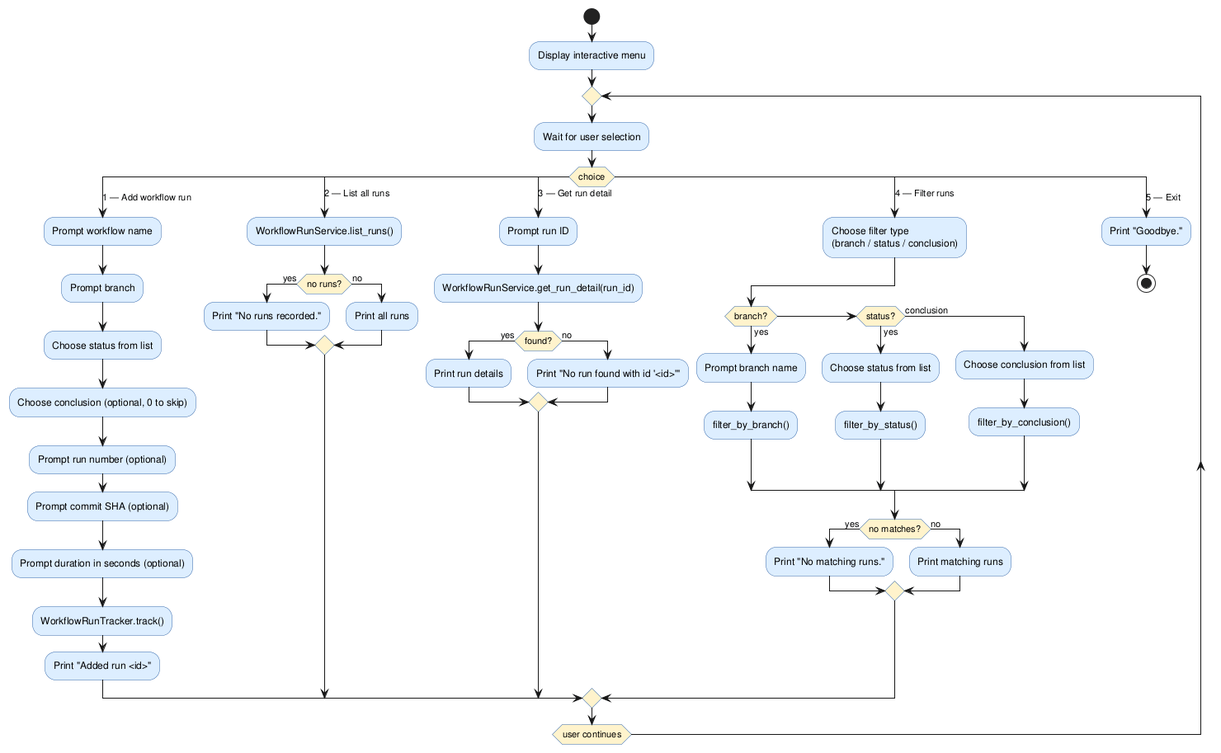
This is experiments/supervisor_as_tools/user_stories/github-workflow-manager/artifacts/activity_diagram_interactive.png from DanielRiha8906/Software_autoevolution_using_agents, a PlantUML export, as it was before one commit.
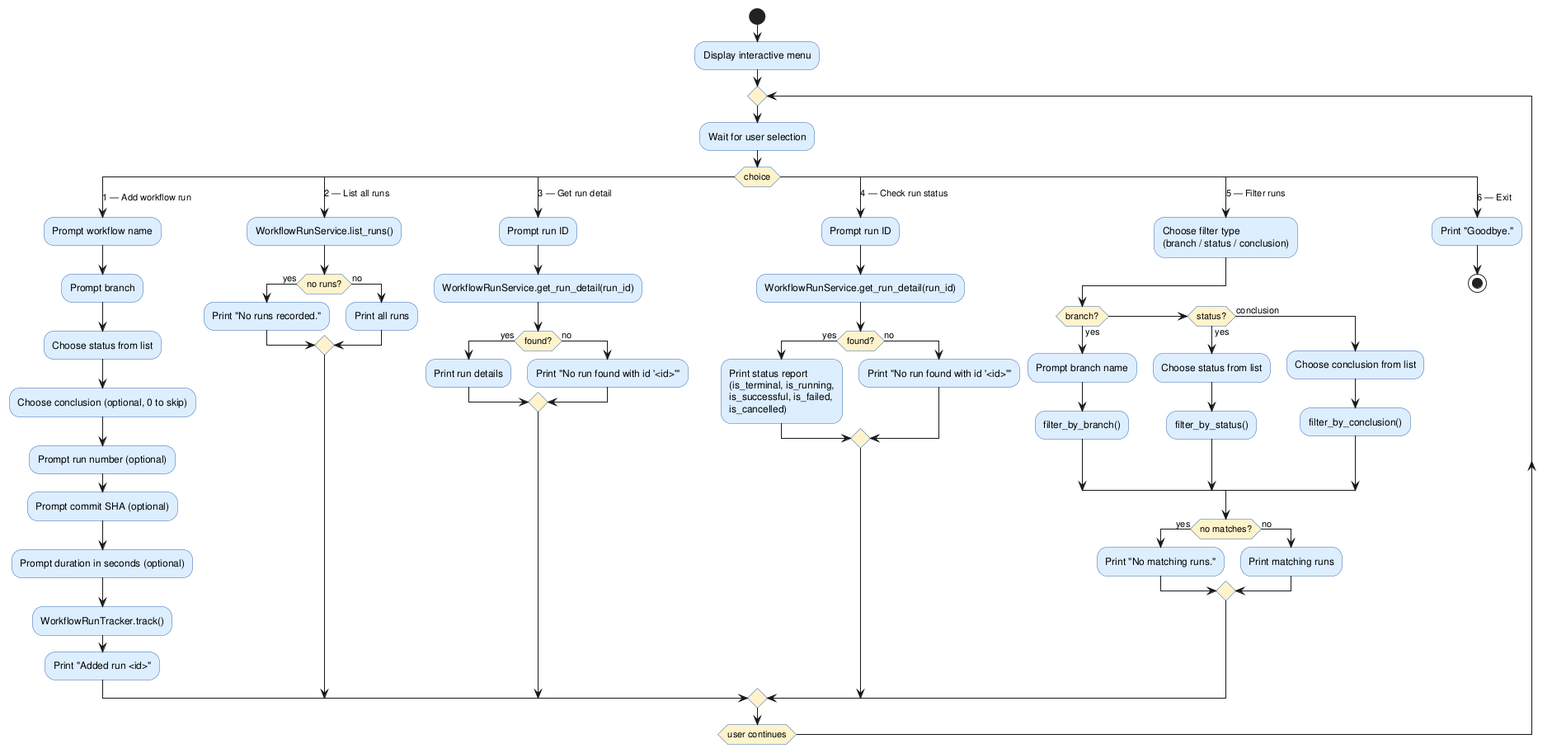
Later version of the same file.

The edit, as a diff of the source:
```diff
@@ -42,7 +42,16 @@
         :Print "No run found with id '<id>'";
       endif
 
-    case (4 — Filter runs)
+    case (4 — Check run status)
+      :Prompt run ID;
+      :WorkflowRunService.get_run_detail(run_id);
+      if (found?) then (yes)
+        :Print status report\n(is_terminal, is_running,\nis_successful, is_failed,\nis_cancelled);
+      else (no)
+        :Print "No run found with id '<id>'";
+      endif
+
+    case (5 — Filter runs)
       :Choose filter type\n(branch / status / conclusion);
       if (branch?) then (yes)
         :Prompt branch name;
@@ -60,7 +69,7 @@
         :Print matching runs;
       endif
 
-    case (5 — Exit)
+    case (6 — Exit)
       :Print "Goodbye.";
       stop
 
```
